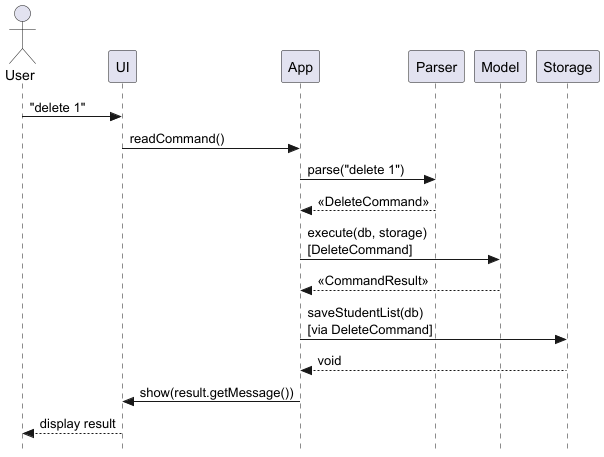
This is docs/images/ArchitectureSequence.png from AgaraNUS/tp, a PlantUML export, as it was before one commit.
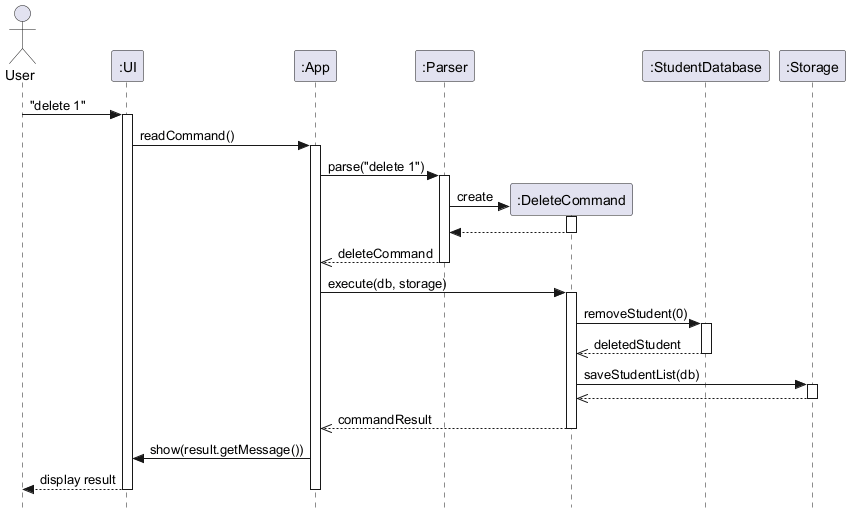
The same diagram one commit later.

Diff of the diagram source:
```diff
@@ -2,14 +2,43 @@
 skinparam style strictuml
 actor User
 
+participant ":UI" as UI
+participant ":App" as App
+participant ":Parser" as Parser
+participant ":DeleteCommand" as DeleteCommand
+participant ":StudentDatabase" as Model
+participant ":Storage" as Storage
+
 User -> UI : "delete 1"
+activate UI
 UI -> App : readCommand()
+activate App
 App -> Parser : parse("delete 1")
-Parser --> App : <<DeleteCommand>>
-App -> Model : execute(db, storage)\n[DeleteCommand]
-Model --> App : <<CommandResult>>
-App -> Storage : saveStudentList(db)\n[via DeleteCommand]
-Storage --> App : void
+activate Parser
+Parser -> DeleteCommand ** : create
+activate DeleteCommand
+DeleteCommand --> Parser
+deactivate DeleteCommand
+Parser -->> App : deleteCommand
+deactivate Parser
+
+App -> DeleteCommand : execute(db, storage)
+activate DeleteCommand
+DeleteCommand -> Model : removeStudent(0)
+activate Model
+Model -->> DeleteCommand : deletedStudent
+deactivate Model
+
+DeleteCommand -> Storage : saveStudentList(db)
+activate Storage
+Storage -->> DeleteCommand
+deactivate Storage
+
+DeleteCommand -->> App : commandResult
+deactivate DeleteCommand
+
 App -> UI : show(result.getMessage())
 UI --> User : display result
+deactivate App
+deactivate UI
 @enduml
```
